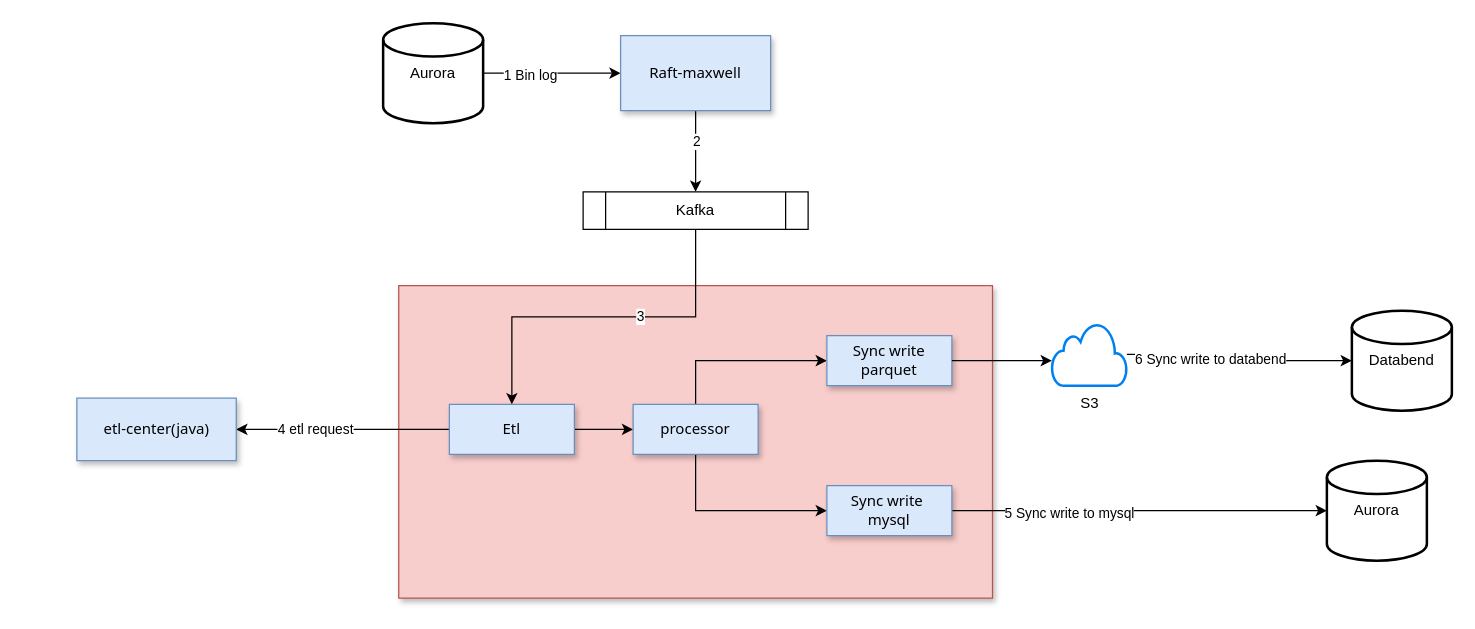
The draw.io diagram doc/databend-parquet-mysql2.drawio in jackjoesh/databend, before the edit. Source tidied: cells renumbered, new cells numbered last; positions are measured from the earlier drawing's top-left corner, leaving out a move shared by most shapes. Both pictures are drawn from the tidied source at 125%, with x=0, y=0 at pixel (76, 22).
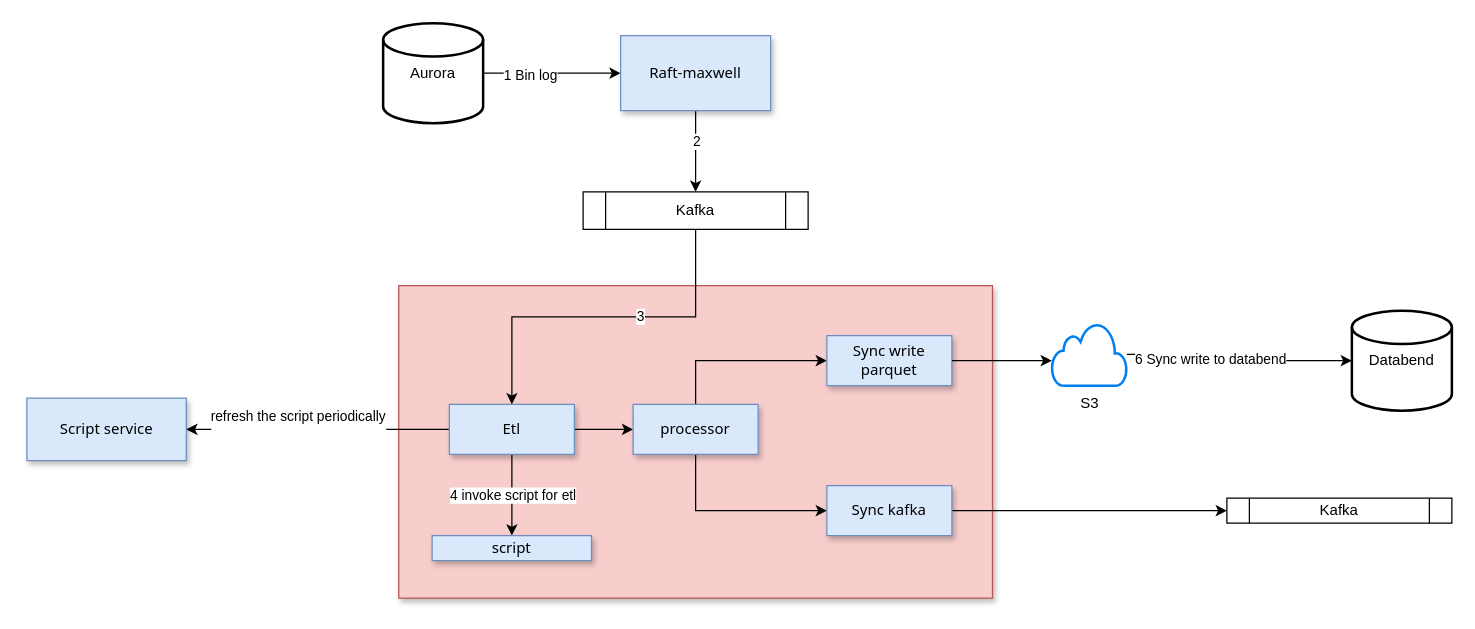
After the change.

Unchanged cells that the change refers to:
```xml
<mxCell id="18" value="Etl" style="rounded=0;whiteSpace=wrap;html=1;fillColor=#dae8fc;strokeColor=#6c8ebf;shadow=1;fontFamily=Tahoma;" parent="1" vertex="1">
  <mxGeometry x="298" y="305" width="100" height="40" as="geometry" />
</mxCell>
```

Diff of the diagram source:
```diff
@@
-    <mxCell id="13" value="Aurora" style="strokeWidth=2;html=1;shape=mxgraph.flowchart.database;whiteSpace=wrap;" parent="1" vertex="1">
-      <mxGeometry x="1000" y="350" width="80" height="80" as="geometry" />
-    </mxCell>
@@
-    <mxCell id="16" style="edgeStyle=orthogonalEdgeStyle;rounded=0;jettySize=auto;html=1;exitX=0;exitY=0.5;exitDx=0;exitDy=0;entryX=1;entryY=0.5;entryDx=0;entryDy=0;" parent="1" edge="1" source="18" target="25">
+    <mxCell id="16" style="edgeStyle=orthogonalEdgeStyle;rounded=0;jettySize=auto;html=1;entryX=1;entryY=0.5;entryDx=0;entryDy=0;" parent="1" edge="1" source="18" target="25">
       <mxGeometry relative="1" as="geometry" />
     </mxCell>
-    <mxCell id="17" value="4 etl request" style="edgeLabel;html=1;align=center;verticalAlign=middle;" parent="16" vertex="1">
-      <mxGeometry x="0.27" y="-1" relative="1" as="geometry" />
-    </mxCell>
+    <mxCell id="30" value="&lt;div&gt;refresh the script periodically&lt;/div&gt;&lt;div&gt;&lt;br&gt;&lt;/div&gt;" style="edgeLabel;html=1;align=center;verticalAlign=middle;" parent="16" vertex="1">
+      <mxGeometry x="0.16" y="-4" relative="1" as="geometry" />
+    </mxCell>
+    <mxCell id="31" style="edgeStyle=orthogonalEdgeStyle;rounded=0;jettySize=auto;html=1;" parent="1" edge="1" source="18" target="35">
+      <mxGeometry relative="1" as="geometry" />
+    </mxCell>
+    <mxCell id="32" value="4 invoke script for etl" style="edgeLabel;html=1;align=center;verticalAlign=middle;" parent="31" vertex="1">
+      <mxGeometry x="-0.02" relative="1" as="geometry" />
+    </mxCell>
@@
-    <mxCell id="25" value="etl-center(java)" style="rounded=0;whiteSpace=wrap;html=1;fillColor=#dae8fc;strokeColor=#6c8ebf;shadow=1;fontFamily=Tahoma;" parent="1" vertex="1">
-      <mxGeometry y="300" width="127.5" height="50" as="geometry" />
+    <mxCell id="25" value="Script service" style="rounded=0;whiteSpace=wrap;html=1;fillColor=#dae8fc;strokeColor=#6c8ebf;shadow=1;fontFamily=Tahoma;" parent="1" vertex="1">
+      <mxGeometry x="-40" y="300" width="127.5" height="50" as="geometry" />
     </mxCell>
@@
-    <mxCell id="27" style="edgeStyle=orthogonalEdgeStyle;rounded=0;jettySize=auto;html=1;entryX=0;entryY=0.5;entryDx=0;entryDy=0;entryPerimeter=0;" parent="1" edge="1" source="29" target="13">
-      <mxGeometry relative="1" as="geometry" />
-    </mxCell>
-    <mxCell id="28" value="5 Sync write to mysql" style="edgeLabel;html=1;align=center;verticalAlign=middle;" parent="27" vertex="1">
-      <mxGeometry x="-0.38" y="-1" relative="1" as="geometry" />
-    </mxCell>
+    <mxCell id="33" style="edgeStyle=orthogonalEdgeStyle;rounded=0;jettySize=auto;html=1;exitX=1;exitY=0.5;exitDx=0;exitDy=0;entryX=0;entryY=0.5;entryDx=0;entryDy=0;" parent="1" edge="1" source="29" target="34">
+      <mxGeometry relative="1" as="geometry" />
+    </mxCell>
-    <mxCell id="29" value="Sync write&amp;nbsp;&lt;div&gt;mysql&lt;/div&gt;" style="rounded=0;whiteSpace=wrap;html=1;fillColor=#dae8fc;strokeColor=#6c8ebf;shadow=1;fontFamily=Tahoma;" parent="1" vertex="1">
+    <mxCell id="29" value="Sync kafka" style="rounded=0;whiteSpace=wrap;html=1;fillColor=#dae8fc;strokeColor=#6c8ebf;shadow=1;fontFamily=Tahoma;" parent="1" vertex="1">
       <mxGeometry x="600" y="370" width="100" height="40" as="geometry" />
     </mxCell>
+    <mxCell id="34" value="Kafka" style="shape=process;whiteSpace=wrap;html=1;backgroundOutline=1;" parent="1" vertex="1">
+      <mxGeometry x="920" y="380" width="180" height="20" as="geometry" />
+    </mxCell>
+    <mxCell id="35" value="script" style="rounded=0;whiteSpace=wrap;html=1;fillColor=#dae8fc;strokeColor=#6c8ebf;shadow=1;fontFamily=Tahoma;" parent="1" vertex="1">
+      <mxGeometry x="284.2" y="410" width="127.5" height="20" as="geometry" />
+    </mxCell>
```
